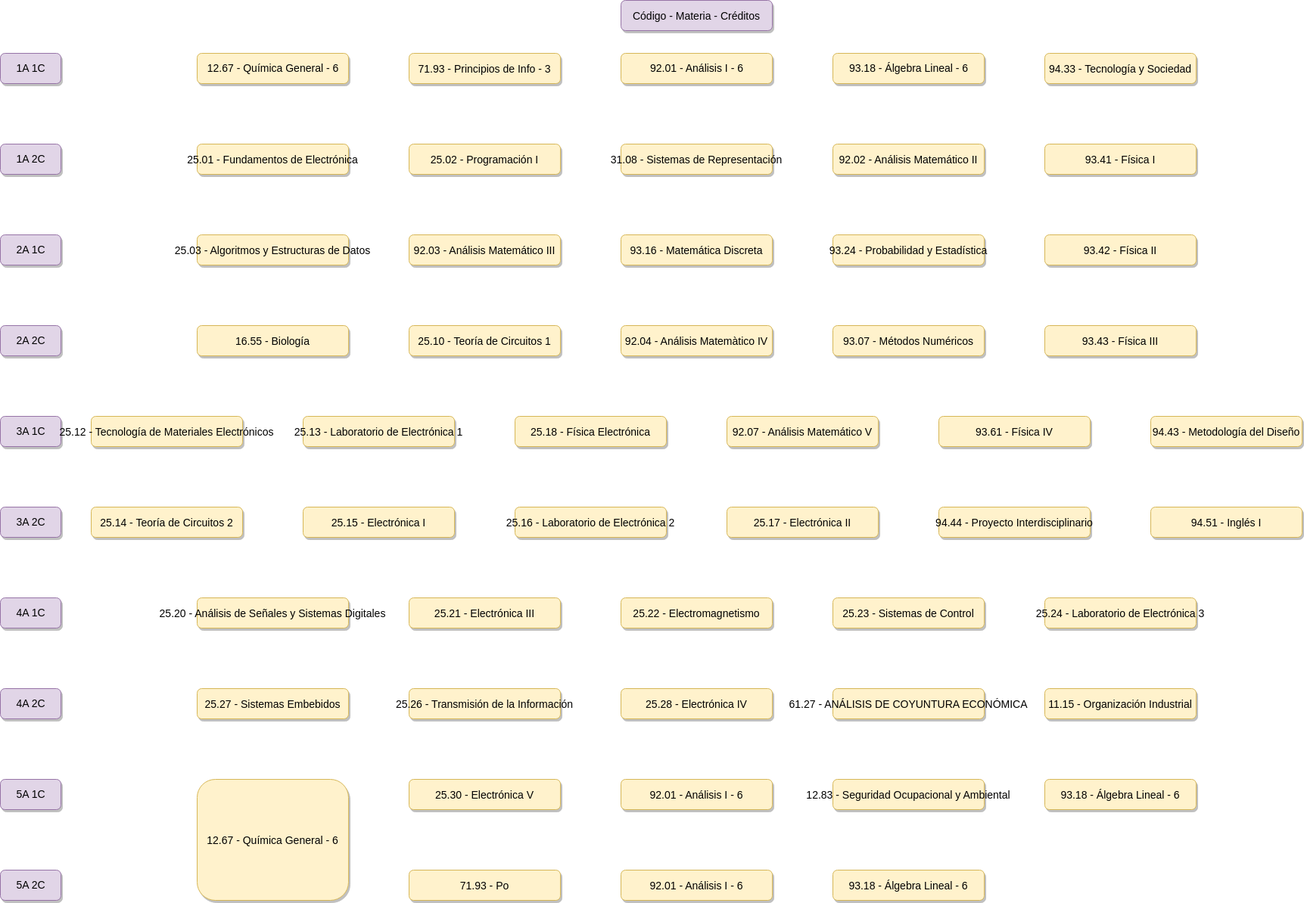
Before: K22.drawio.png, a diagram exported from draw.io (juanipla/K22). Source tidied: cells renumbered, new cells last; positions are measured from the earlier drawing's top-left corner, leaving out a move shared by most shapes.
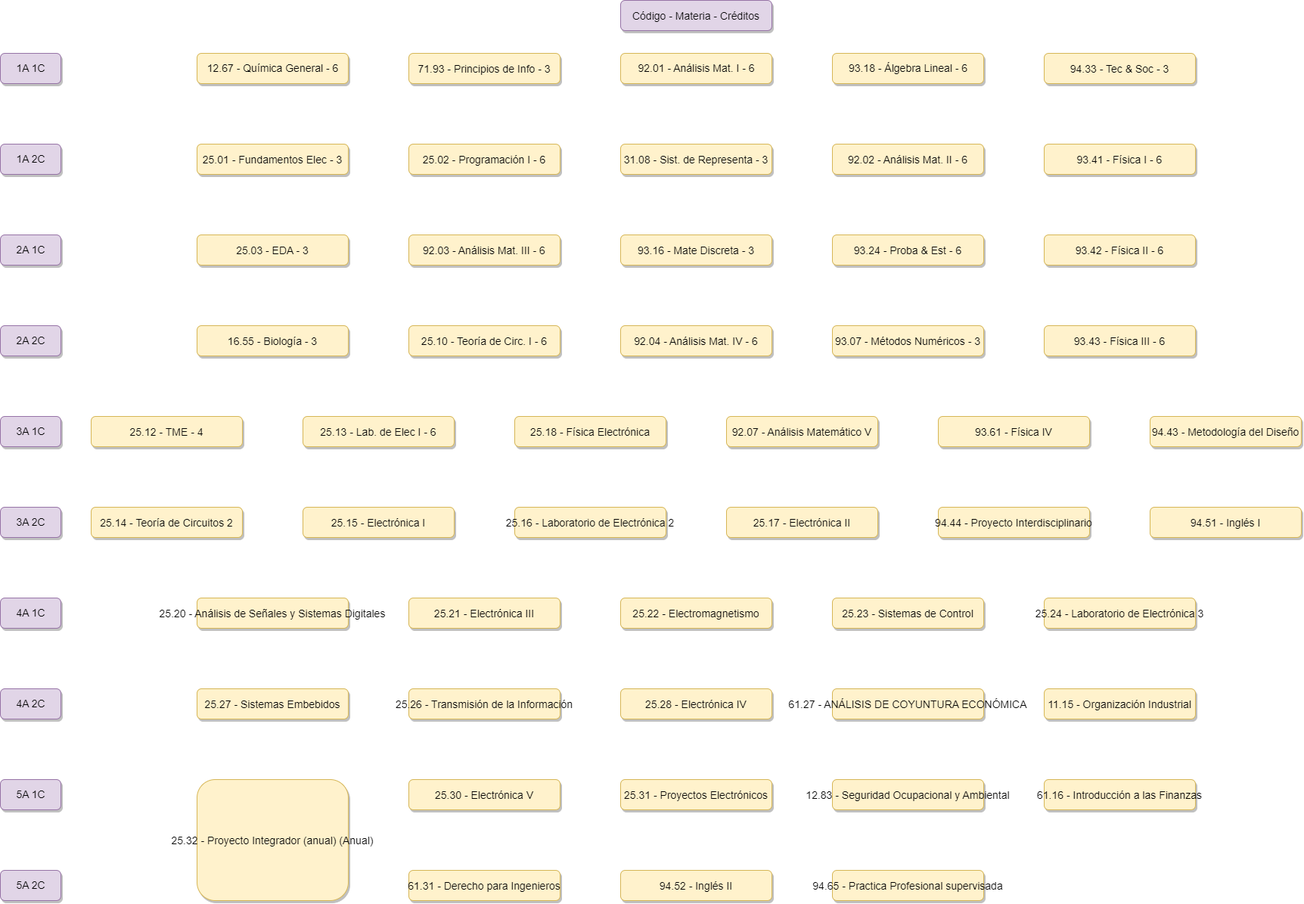
The same diagram one commit later.

What changed in the source:
```diff
@@ -11,43 +11,43 @@
     <mxCell id="4" value="71.93 - Principios de Info - 3" style="rounded=1;fillColor=#fff2cc;strokeColor=#d6b656;shadow=1;fontStyle=0;fontSize=14;fontColor=default;labelBorderColor=none;labelBackgroundColor=none;" parent="1" vertex="1">
       <mxGeometry x="540" y="70" width="200" height="40" as="geometry" />
     </mxCell>
-    <mxCell id="5" value="92.01 - Análisis I - 6" style="rounded=1;fillColor=#fff2cc;strokeColor=#d6b656;shadow=1;fontStyle=0;fontSize=14;fontColor=default;labelBorderColor=none;labelBackgroundColor=none;html=1;verticalAlign=middle;" parent="1" vertex="1">
+    <mxCell id="5" value="92.01 - Análisis Mat. I - 6" style="rounded=1;fillColor=#fff2cc;strokeColor=#d6b656;shadow=1;fontStyle=0;fontSize=14;fontColor=default;labelBorderColor=none;labelBackgroundColor=none;html=1;verticalAlign=middle;" parent="1" vertex="1">
       <mxGeometry x="820" y="70" width="200" height="40" as="geometry" />
     </mxCell>
     <mxCell id="6" value="93.18 - Álgebra Lineal - 6" style="rounded=1;fillColor=#fff2cc;strokeColor=#d6b656;shadow=1;fontStyle=0;fontSize=14;fontColor=default;labelBorderColor=none;labelBackgroundColor=none;verticalAlign=middle;html=1;" parent="1" vertex="1">
       <mxGeometry x="1100" y="70" width="200" height="40" as="geometry" />
     </mxCell>
-    <mxCell id="7" value="94.33 - Tecnología y Sociedad" style="rounded=1;fillColor=#fff2cc;strokeColor=#d6b656;shadow=1;fontStyle=0;fontSize=14;fontColor=default;labelBorderColor=none;labelBackgroundColor=none;verticalAlign=middle;" parent="1" vertex="1">
+    <mxCell id="7" value="94.33 - Tec &amp; Soc - 3" style="rounded=1;fillColor=#fff2cc;strokeColor=#d6b656;shadow=1;fontStyle=0;fontSize=14;fontColor=default;labelBorderColor=none;labelBackgroundColor=none;verticalAlign=middle;" parent="1" vertex="1">
       <mxGeometry x="1380" y="70" width="200" height="40" as="geometry" />
     </mxCell>
-    <mxCell id="8" value="25.01 - Fundamentos de Electrónica" style="rounded=1;fillColor=#fff2cc;strokeColor=#d6b656;shadow=1;fontStyle=0;fontSize=14;fontColor=default;labelBorderColor=none;labelBackgroundColor=none;" parent="1" vertex="1">
+    <mxCell id="8" value="25.01 - Fundamentos Elec - 3" style="rounded=1;fillColor=#fff2cc;strokeColor=#d6b656;shadow=1;fontStyle=0;fontSize=14;fontColor=default;labelBorderColor=none;labelBackgroundColor=none;" parent="1" vertex="1">
       <mxGeometry x="260" y="190" width="200" height="40" as="geometry" />
     </mxCell>
-    <mxCell id="9" value="25.02 - Programación I" style="rounded=1;fillColor=#fff2cc;strokeColor=#d6b656;shadow=1;fontStyle=0;fontSize=14;fontColor=default;labelBorderColor=none;labelBackgroundColor=none;" parent="1" vertex="1">
+    <mxCell id="9" value="25.02 - Programación I - 6" style="rounded=1;fillColor=#fff2cc;strokeColor=#d6b656;shadow=1;fontStyle=0;fontSize=14;fontColor=default;labelBorderColor=none;labelBackgroundColor=none;" parent="1" vertex="1">
       <mxGeometry x="540" y="190" width="200" height="40" as="geometry" />
     </mxCell>
-    <mxCell id="10" value="31.08 - Sistemas de Representación" style="rounded=1;fillColor=#fff2cc;strokeColor=#d6b656;shadow=1;fontStyle=0;fontSize=14;fontColor=default;labelBorderColor=none;labelBackgroundColor=none;verticalAlign=middle;" parent="1" vertex="1">
+    <mxCell id="10" value="31.08 - Sist. de Representa - 3" style="rounded=1;fillColor=#fff2cc;strokeColor=#d6b656;shadow=1;fontStyle=0;fontSize=14;fontColor=default;labelBorderColor=none;labelBackgroundColor=none;verticalAlign=middle;" parent="1" vertex="1">
       <mxGeometry x="820" y="190" width="200" height="40" as="geometry" />
     </mxCell>
-    <mxCell id="11" value="92.02 - Análisis Matemático II" style="rounded=1;fillColor=#fff2cc;strokeColor=#d6b656;shadow=1;fontStyle=0;fontSize=14;fontColor=default;labelBorderColor=none;labelBackgroundColor=none;verticalAlign=middle;" parent="1" vertex="1">
+    <mxCell id="11" value="92.02 - Análisis Mat. II - 6" style="rounded=1;fillColor=#fff2cc;strokeColor=#d6b656;shadow=1;fontStyle=0;fontSize=14;fontColor=default;labelBorderColor=none;labelBackgroundColor=none;verticalAlign=middle;" parent="1" vertex="1">
       <mxGeometry x="1100" y="190" width="200" height="40" as="geometry" />
     </mxCell>
-    <mxCell id="12" value="93.41 - Física I" style="rounded=1;fillColor=#fff2cc;strokeColor=#d6b656;shadow=1;fontStyle=0;fontSize=14;fontColor=default;labelBorderColor=none;labelBackgroundColor=none;verticalAlign=middle;" parent="1" vertex="1">
+    <mxCell id="12" value="93.41 - Física I - 6" style="rounded=1;fillColor=#fff2cc;strokeColor=#d6b656;shadow=1;fontStyle=0;fontSize=14;fontColor=default;labelBorderColor=none;labelBackgroundColor=none;verticalAlign=middle;" parent="1" vertex="1">
       <mxGeometry x="1380" y="190" width="200" height="40" as="geometry" />
     </mxCell>
-    <mxCell id="13" value="25.03 - Algoritmos y Estructuras de Datos" style="rounded=1;fillColor=#fff2cc;strokeColor=#d6b656;shadow=1;fontStyle=0;fontSize=14;fontColor=default;labelBorderColor=none;labelBackgroundColor=none;" parent="1" vertex="1">
+    <mxCell id="13" value="25.03 - EDA - 3" style="rounded=1;fillColor=#fff2cc;strokeColor=#d6b656;shadow=1;fontStyle=0;fontSize=14;fontColor=default;labelBorderColor=none;labelBackgroundColor=none;" parent="1" vertex="1">
       <mxGeometry x="260" y="310" width="200" height="40" as="geometry" />
     </mxCell>
-    <mxCell id="14" value="92.03 - Análisis Matemático III" style="rounded=1;fillColor=#fff2cc;strokeColor=#d6b656;shadow=1;fontStyle=0;fontSize=14;fontColor=default;labelBorderColor=none;labelBackgroundColor=none;" parent="1" vertex="1">
+    <mxCell id="14" value="92.03 - Análisis Mat. III - 6" style="rounded=1;fillColor=#fff2cc;strokeColor=#d6b656;shadow=1;fontStyle=0;fontSize=14;fontColor=default;labelBorderColor=none;labelBackgroundColor=none;" parent="1" vertex="1">
       <mxGeometry x="540" y="310" width="200" height="40" as="geometry" />
     </mxCell>
-    <mxCell id="15" value="93.16 - Matemática Discreta" style="rounded=1;fillColor=#fff2cc;strokeColor=#d6b656;shadow=1;fontStyle=0;fontSize=14;fontColor=default;labelBorderColor=none;labelBackgroundColor=none;verticalAlign=middle;" parent="1" vertex="1">
+    <mxCell id="15" value="93.16 - Mate Discreta - 3" style="rounded=1;fillColor=#fff2cc;strokeColor=#d6b656;shadow=1;fontStyle=0;fontSize=14;fontColor=default;labelBorderColor=none;labelBackgroundColor=none;verticalAlign=middle;" parent="1" vertex="1">
       <mxGeometry x="820" y="310" width="200" height="40" as="geometry" />
     </mxCell>
-    <mxCell id="16" value="93.24 - Probabilidad y Estadística" style="rounded=1;fillColor=#fff2cc;strokeColor=#d6b656;shadow=1;fontStyle=0;fontSize=14;fontColor=default;labelBorderColor=none;labelBackgroundColor=none;verticalAlign=middle;" parent="1" vertex="1">
+    <mxCell id="16" value="93.24 - Proba &amp; Est - 6" style="rounded=1;fillColor=#fff2cc;strokeColor=#d6b656;shadow=1;fontStyle=0;fontSize=14;fontColor=default;labelBorderColor=none;labelBackgroundColor=none;verticalAlign=middle;" parent="1" vertex="1">
       <mxGeometry x="1100" y="310" width="200" height="40" as="geometry" />
     </mxCell>
-    <mxCell id="17" value="93.42 - Física II" style="rounded=1;fillColor=#fff2cc;strokeColor=#d6b656;shadow=1;fontStyle=0;fontSize=14;fontColor=default;labelBorderColor=none;labelBackgroundColor=none;verticalAlign=middle;" parent="1" vertex="1">
+    <mxCell id="17" value="93.42 - Física II - 6" style="rounded=1;fillColor=#fff2cc;strokeColor=#d6b656;shadow=1;fontStyle=0;fontSize=14;fontColor=default;labelBorderColor=none;labelBackgroundColor=none;verticalAlign=middle;" parent="1" vertex="1">
       <mxGeometry x="1380" y="310" width="200" height="40" as="geometry" />
     </mxCell>
     <mxCell id="18" value="1A 1C" style="rounded=1;fillColor=#e1d5e7;strokeColor=#9673a6;shadow=1;fontStyle=0;fontSize=14;labelBorderColor=none;labelBackgroundColor=none;html=1;" parent="1" vertex="1">
@@ -80,10 +80,10 @@
     <mxCell id="27" value="5A 2C" style="rounded=1;fillColor=#e1d5e7;strokeColor=#9673a6;shadow=1;fontStyle=0;fontSize=14;labelBorderColor=none;labelBackgroundColor=none;html=1;" parent="1" vertex="1">
       <mxGeometry y="1150" width="80" height="40" as="geometry" />
     </mxCell>
-    <mxCell id="28" value="25.12 - Tecnología de Materiales Electrónicos" style="rounded=1;fillColor=#fff2cc;strokeColor=#d6b656;shadow=1;fontStyle=0;fontSize=14;fontColor=default;labelBorderColor=none;labelBackgroundColor=none;" parent="1" vertex="1">
+    <mxCell id="28" value="25.12 - TME - 4" style="rounded=1;fillColor=#fff2cc;strokeColor=#d6b656;shadow=1;fontStyle=0;fontSize=14;fontColor=default;labelBorderColor=none;labelBackgroundColor=none;" parent="1" vertex="1">
       <mxGeometry x="120" y="550" width="200" height="40" as="geometry" />
     </mxCell>
-    <mxCell id="29" value="25.13 - Laboratorio de Electrónica 1" style="rounded=1;fillColor=#fff2cc;strokeColor=#d6b656;shadow=1;fontStyle=0;fontSize=14;fontColor=default;labelBorderColor=none;labelBackgroundColor=none;" parent="1" vertex="1">
+    <mxCell id="29" value="25.13 - Lab. de Elec I - 6" style="rounded=1;fillColor=#fff2cc;strokeColor=#d6b656;shadow=1;fontStyle=0;fontSize=14;fontColor=default;labelBorderColor=none;labelBackgroundColor=none;" parent="1" vertex="1">
       <mxGeometry x="400" y="550" width="200" height="40" as="geometry" />
     </mxCell>
     <mxCell id="30" value="25.18 - Física Electrónica" style="rounded=1;fillColor=#fff2cc;strokeColor=#d6b656;shadow=1;fontStyle=0;fontSize=14;fontColor=default;labelBorderColor=none;labelBackgroundColor=none;verticalAlign=middle;" parent="1" vertex="1">
@@ -116,19 +116,19 @@
     <mxCell id="39" value="94.51 - Inglés I" style="rounded=1;fillColor=#fff2cc;strokeColor=#d6b656;shadow=1;fontStyle=0;fontSize=14;fontColor=default;labelBorderColor=none;labelBackgroundColor=none;verticalAlign=middle;" parent="1" vertex="1">
       <mxGeometry x="1520" y="670" width="200" height="40" as="geometry" />
     </mxCell>
-    <mxCell id="40" value="16.55 - Biología" style="rounded=1;fillColor=#fff2cc;strokeColor=#d6b656;shadow=1;fontStyle=0;fontSize=14;fontColor=default;labelBorderColor=none;labelBackgroundColor=none;" parent="1" vertex="1">
+    <mxCell id="40" value="16.55 - Biología - 3" style="rounded=1;fillColor=#fff2cc;strokeColor=#d6b656;shadow=1;fontStyle=0;fontSize=14;fontColor=default;labelBorderColor=none;labelBackgroundColor=none;" parent="1" vertex="1">
       <mxGeometry x="260" y="430" width="200" height="40" as="geometry" />
     </mxCell>
-    <mxCell id="41" value="25.10 - Teoría de Circuitos 1" style="rounded=1;fillColor=#fff2cc;strokeColor=#d6b656;shadow=1;fontStyle=0;fontSize=14;fontColor=default;labelBorderColor=none;labelBackgroundColor=none;" parent="1" vertex="1">
+    <mxCell id="41" value="25.10 - Teoría de Circ. I - 6" style="rounded=1;fillColor=#fff2cc;strokeColor=#d6b656;shadow=1;fontStyle=0;fontSize=14;fontColor=default;labelBorderColor=none;labelBackgroundColor=none;" parent="1" vertex="1">
       <mxGeometry x="540" y="430" width="200" height="40" as="geometry" />
     </mxCell>
-    <mxCell id="42" value="92.04 - Análisis Matemàtico IV" style="rounded=1;fillColor=#fff2cc;strokeColor=#d6b656;shadow=1;fontStyle=0;fontSize=14;fontColor=default;labelBorderColor=none;labelBackgroundColor=none;verticalAlign=middle;" parent="1" vertex="1">
+    <mxCell id="42" value="92.04 - Análisis Mat. IV - 6" style="rounded=1;fillColor=#fff2cc;strokeColor=#d6b656;shadow=1;fontStyle=0;fontSize=14;fontColor=default;labelBorderColor=none;labelBackgroundColor=none;verticalAlign=middle;" parent="1" vertex="1">
       <mxGeometry x="820" y="430" width="200" height="40" as="geometry" />
     </mxCell>
-    <mxCell id="43" value="93.07 - Métodos Numéricos" style="rounded=1;fillColor=#fff2cc;strokeColor=#d6b656;shadow=1;fontStyle=0;fontSize=14;fontColor=default;labelBorderColor=none;labelBackgroundColor=none;verticalAlign=middle;" parent="1" vertex="1">
+    <mxCell id="43" value="93.07 - Métodos Numéricos - 3" style="rounded=1;fillColor=#fff2cc;strokeColor=#d6b656;shadow=1;fontStyle=0;fontSize=14;fontColor=default;labelBorderColor=none;labelBackgroundColor=none;verticalAlign=middle;" parent="1" vertex="1">
       <mxGeometry x="1100" y="430" width="200" height="40" as="geometry" />
     </mxCell>
-    <mxCell id="44" value="93.43 - Física III" style="rounded=1;fillColor=#fff2cc;strokeColor=#d6b656;shadow=1;fontStyle=0;fontSize=14;fontColor=default;labelBorderColor=none;labelBackgroundColor=none;verticalAlign=middle;" parent="1" vertex="1">
+    <mxCell id="44" value="93.43 - Física III - 6" style="rounded=1;fillColor=#fff2cc;strokeColor=#d6b656;shadow=1;fontStyle=0;fontSize=14;fontColor=default;labelBorderColor=none;labelBackgroundColor=none;verticalAlign=middle;" parent="1" vertex="1">
       <mxGeometry x="1380" y="430" width="200" height="40" as="geometry" />
     </mxCell>
     <mxCell id="45" value="25.20 - Análisis de Señales y Sistemas Digitales" style="rounded=1;fillColor=#fff2cc;strokeColor=#d6b656;shadow=1;fontStyle=0;fontSize=14;fontColor=default;labelBorderColor=none;labelBackgroundColor=none;" parent="1" vertex="1">
@@ -161,28 +161,28 @@
     <mxCell id="54" value="11.15 - Organización Industrial" style="rounded=1;fillColor=#fff2cc;strokeColor=#d6b656;shadow=1;fontStyle=0;fontSize=14;fontColor=default;labelBorderColor=none;labelBackgroundColor=none;verticalAlign=middle;" parent="1" vertex="1">
       <mxGeometry x="1380" y="910" width="200" height="40" as="geometry" />
     </mxCell>
-    <mxCell id="55" value="12.67 - Química General - 6" style="rounded=1;fillColor=#fff2cc;strokeColor=#d6b656;shadow=1;fontStyle=0;fontSize=14;fontColor=default;labelBorderColor=none;labelBackgroundColor=none;" parent="1" vertex="1">
+    <mxCell id="55" value="25.32 - Proyecto Integrador (anual) (Anual)" style="rounded=1;fillColor=#fff2cc;strokeColor=#d6b656;shadow=1;fontStyle=0;fontSize=14;fontColor=default;labelBorderColor=none;labelBackgroundColor=none;" parent="1" vertex="1">
       <mxGeometry x="260" y="1030" width="200" height="160" as="geometry" />
     </mxCell>
     <mxCell id="56" value="25.30 - Electrónica V" style="rounded=1;fillColor=#fff2cc;strokeColor=#d6b656;shadow=1;fontStyle=0;fontSize=14;fontColor=default;labelBorderColor=none;labelBackgroundColor=none;" parent="1" vertex="1">
       <mxGeometry x="540" y="1030" width="200" height="40" as="geometry" />
     </mxCell>
-    <mxCell id="57" value="92.01 - Análisis I - 6" style="rounded=1;fillColor=#fff2cc;strokeColor=#d6b656;shadow=1;fontStyle=0;fontSize=14;fontColor=default;labelBorderColor=none;labelBackgroundColor=none;verticalAlign=middle;" parent="1" vertex="1">
+    <mxCell id="57" value="25.31 - Proyectos Electrónicos" style="rounded=1;fillColor=#fff2cc;strokeColor=#d6b656;shadow=1;fontStyle=0;fontSize=14;fontColor=default;labelBorderColor=none;labelBackgroundColor=none;verticalAlign=middle;" parent="1" vertex="1">
       <mxGeometry x="820" y="1030" width="200" height="40" as="geometry" />
     </mxCell>
     <mxCell id="58" value="12.83 - Seguridad Ocupacional y Ambiental" style="rounded=1;fillColor=#fff2cc;strokeColor=#d6b656;shadow=1;fontStyle=0;fontSize=14;fontColor=default;labelBorderColor=none;labelBackgroundColor=none;verticalAlign=middle;" parent="1" vertex="1">
       <mxGeometry x="1100" y="1030" width="200" height="40" as="geometry" />
     </mxCell>
-    <mxCell id="59" value="93.18 - Álgebra Lineal - 6" style="rounded=1;fillColor=#fff2cc;strokeColor=#d6b656;shadow=1;fontStyle=0;fontSize=14;fontColor=default;labelBorderColor=none;labelBackgroundColor=none;verticalAlign=middle;" parent="1" vertex="1">
+    <mxCell id="59" value="61.16 - Introducción a las Finanzas" style="rounded=1;fillColor=#fff2cc;strokeColor=#d6b656;shadow=1;fontStyle=0;fontSize=14;fontColor=default;labelBorderColor=none;labelBackgroundColor=none;verticalAlign=middle;" parent="1" vertex="1">
       <mxGeometry x="1380" y="1030" width="200" height="40" as="geometry" />
     </mxCell>
-    <mxCell id="60" value="71.93 - Po" style="rounded=1;fillColor=#fff2cc;strokeColor=#d6b656;shadow=1;fontStyle=0;fontSize=14;fontColor=default;labelBorderColor=none;labelBackgroundColor=none;" parent="1" vertex="1">
+    <mxCell id="60" value="61.31 - Derecho para Ingenieros" style="rounded=1;fillColor=#fff2cc;strokeColor=#d6b656;shadow=1;fontStyle=0;fontSize=14;fontColor=default;labelBorderColor=none;labelBackgroundColor=none;" parent="1" vertex="1">
       <mxGeometry x="540" y="1150" width="200" height="40" as="geometry" />
     </mxCell>
-    <mxCell id="61" value="92.01 - Análisis I - 6" style="rounded=1;fillColor=#fff2cc;strokeColor=#d6b656;shadow=1;fontStyle=0;fontSize=14;fontColor=default;labelBorderColor=none;labelBackgroundColor=none;verticalAlign=middle;" parent="1" vertex="1">
+    <mxCell id="61" value="94.52 - Inglés II" style="rounded=1;fillColor=#fff2cc;strokeColor=#d6b656;shadow=1;fontStyle=0;fontSize=14;fontColor=default;labelBorderColor=none;labelBackgroundColor=none;verticalAlign=middle;" parent="1" vertex="1">
       <mxGeometry x="820" y="1150" width="200" height="40" as="geometry" />
     </mxCell>
-    <mxCell id="62" value="93.18 - Álgebra Lineal - 6" style="rounded=1;fillColor=#fff2cc;strokeColor=#d6b656;shadow=1;fontStyle=0;fontSize=14;fontColor=default;labelBorderColor=none;labelBackgroundColor=none;verticalAlign=middle;" parent="1" vertex="1">
+    <mxCell id="62" value="94.65 - Practica Profesional supervisada" style="rounded=1;fillColor=#fff2cc;strokeColor=#d6b656;shadow=1;fontStyle=0;fontSize=14;fontColor=default;labelBorderColor=none;labelBackgroundColor=none;verticalAlign=middle;" parent="1" vertex="1">
       <mxGeometry x="1100" y="1150" width="200" height="40" as="geometry" />
     </mxCell>
   </root>
```
